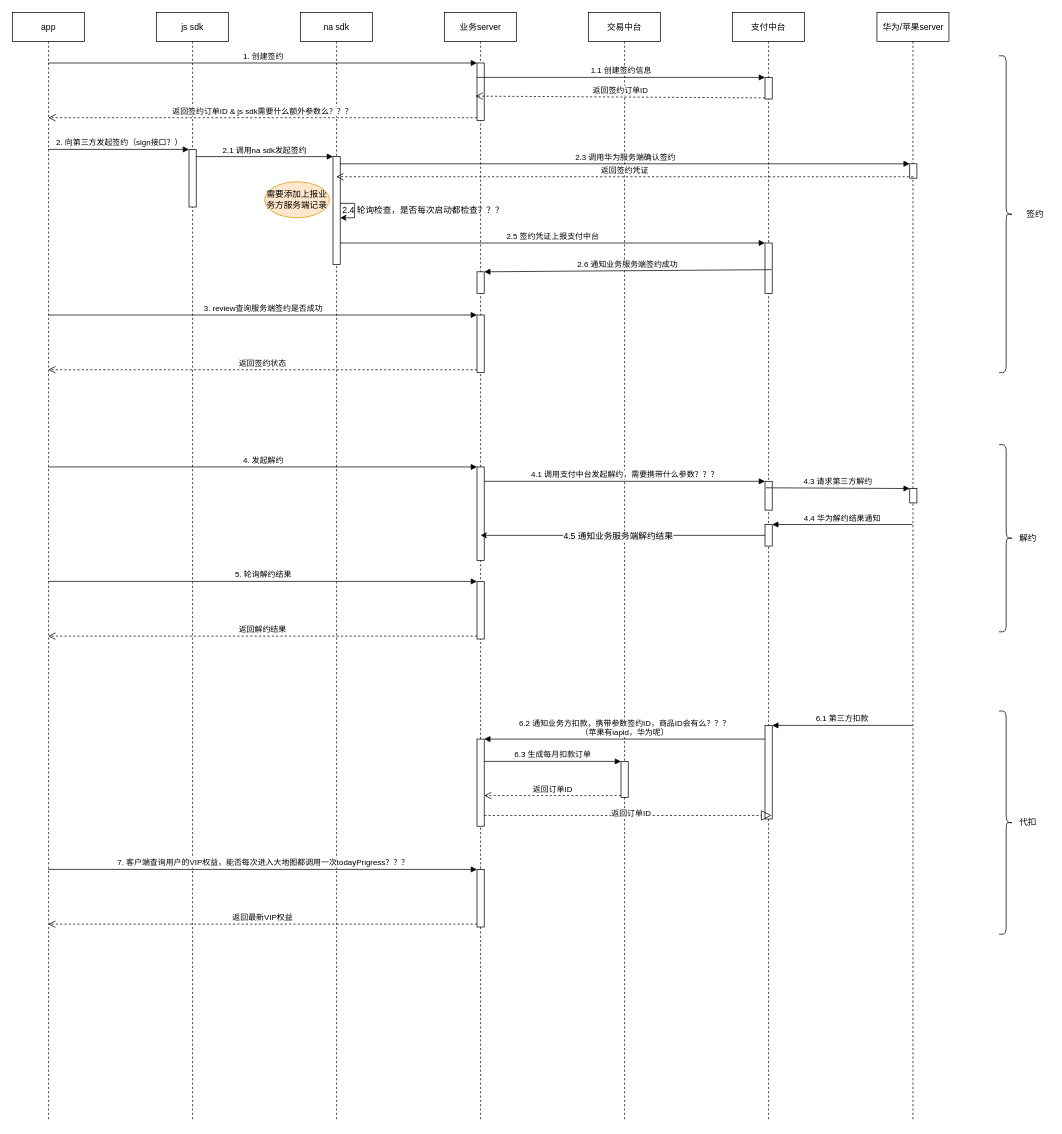
Earlier version of the draw.io diagram 代扣流程.drawio (wgyuuu/flow_chart). Source tidied: cells renumbered, new cells numbered last; positions are measured from the earlier drawing's top-left corner, leaving out a move shared by most shapes. Both pictures are drawn from the tidied source at 72%, with x=0, y=0 at pixel (12, 12).
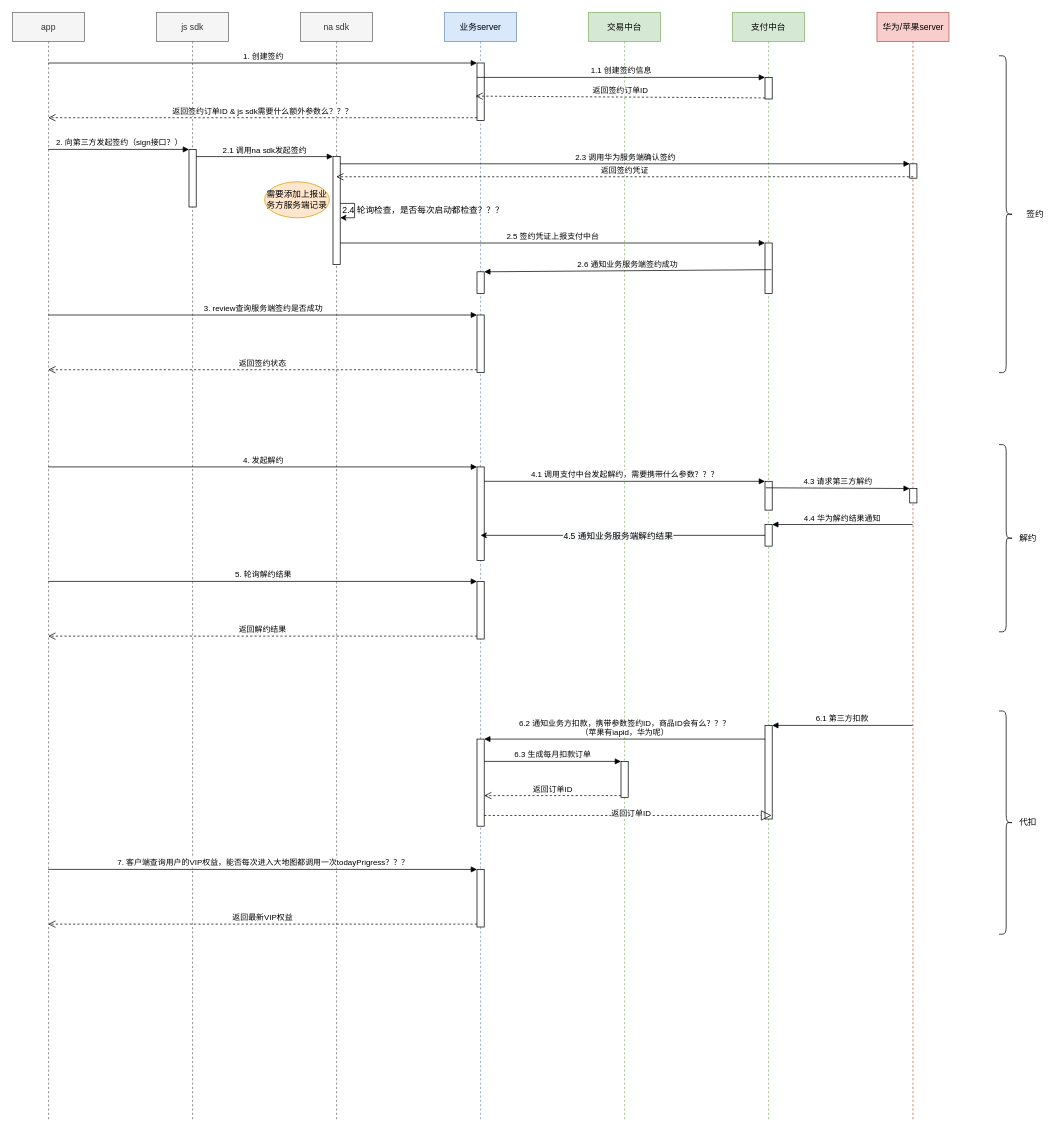
After the change.

The edit, as a diff of the source:
```diff
@@
-    <mxCell id="2" value="app" style="shape=umlLifeline;perimeter=lifelinePerimeter;whiteSpace=wrap;html=1;outlineConnect=0;" parent="1" vertex="1">
+    <mxCell id="2" value="app" style="shape=umlLifeline;perimeter=lifelinePerimeter;whiteSpace=wrap;html=1;outlineConnect=0;fillColor=#f5f5f5;strokeColor=#666666;fontColor=#333333;" parent="1" vertex="1">
       <mxGeometry width="100" height="1540" as="geometry" />
     </mxCell>
-    <mxCell id="3" value="js sdk" style="shape=umlLifeline;perimeter=lifelinePerimeter;whiteSpace=wrap;html=1;" parent="1" vertex="1">
+    <mxCell id="3" value="js sdk" style="shape=umlLifeline;perimeter=lifelinePerimeter;whiteSpace=wrap;html=1;fillColor=#f5f5f5;strokeColor=#666666;fontColor=#333333;" parent="1" vertex="1">
       <mxGeometry x="200" width="100" height="1540" as="geometry" />
     </mxCell>
@@
-    <mxCell id="5" value="na sdk" style="shape=umlLifeline;perimeter=lifelinePerimeter;whiteSpace=wrap;html=1;outlineConnect=0;" parent="1" vertex="1">
+    <mxCell id="5" value="na sdk" style="shape=umlLifeline;perimeter=lifelinePerimeter;whiteSpace=wrap;html=1;outlineConnect=0;fillColor=#f5f5f5;strokeColor=#666666;fontColor=#333333;" parent="1" vertex="1">
       <mxGeometry x="400" width="100" height="1540" as="geometry" />
     </mxCell>
@@
-    <mxCell id="8" value="业务server" style="shape=umlLifeline;perimeter=lifelinePerimeter;whiteSpace=wrap;html=1;" parent="1" vertex="1">
+    <mxCell id="8" value="业务server" style="shape=umlLifeline;perimeter=lifelinePerimeter;whiteSpace=wrap;html=1;fillColor=#dae8fc;strokeColor=#6c8ebf;" parent="1" vertex="1">
       <mxGeometry x="600" width="100" height="1540" as="geometry" />
     </mxCell>
@@
-    <mxCell id="15" value="交易中台" style="shape=umlLifeline;perimeter=lifelinePerimeter;whiteSpace=wrap;html=1;" parent="1" vertex="1">
+    <mxCell id="15" value="交易中台" style="shape=umlLifeline;perimeter=lifelinePerimeter;whiteSpace=wrap;html=1;fillColor=#d5e8d4;strokeColor=#82b366;" parent="1" vertex="1">
       <mxGeometry x="800" width="100" height="1540" as="geometry" />
     </mxCell>
@@
-    <mxCell id="17" value="支付中台" style="shape=umlLifeline;perimeter=lifelinePerimeter;whiteSpace=wrap;html=1;" parent="1" vertex="1">
+    <mxCell id="17" value="支付中台" style="shape=umlLifeline;perimeter=lifelinePerimeter;whiteSpace=wrap;html=1;fillColor=#d5e8d4;strokeColor=#82b366;" parent="1" vertex="1">
       <mxGeometry x="1000" width="100" height="1540" as="geometry" />
     </mxCell>
@@
-    <mxCell id="23" value="华为/苹果server" style="shape=umlLifeline;perimeter=lifelinePerimeter;whiteSpace=wrap;html=1;outlineConnect=0;" parent="1" vertex="1">
+    <mxCell id="23" value="华为/苹果server" style="shape=umlLifeline;perimeter=lifelinePerimeter;whiteSpace=wrap;html=1;outlineConnect=0;fillColor=#f8cecc;strokeColor=#b85450;" parent="1" vertex="1">
       <mxGeometry x="1200.5" width="100" height="1540" as="geometry" />
     </mxCell>
```
